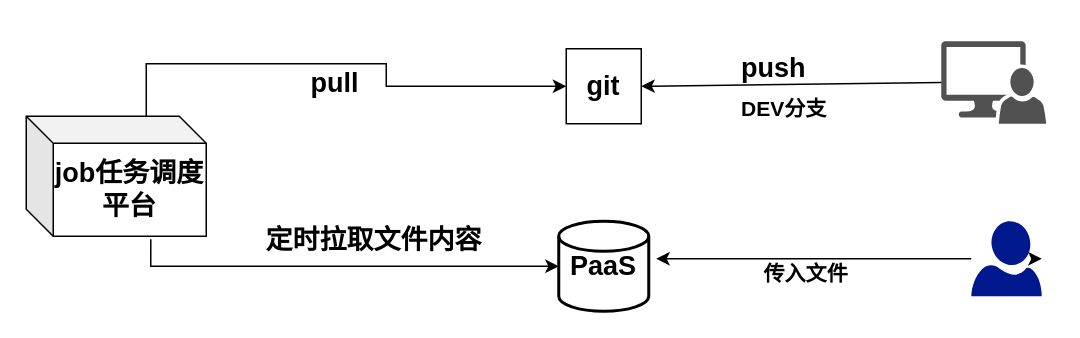
Above: Untitled Diagram.drawio in 23Evildoer/test (draw.io), before the change. Source tidied: cells renumbered, new cells numbered last; positions are measured from the earlier drawing's top-left corner, leaving out a move shared by most shapes. Both pictures are drawn from the tidied source at 150%, with x=0, y=0 at pixel (26, 26).
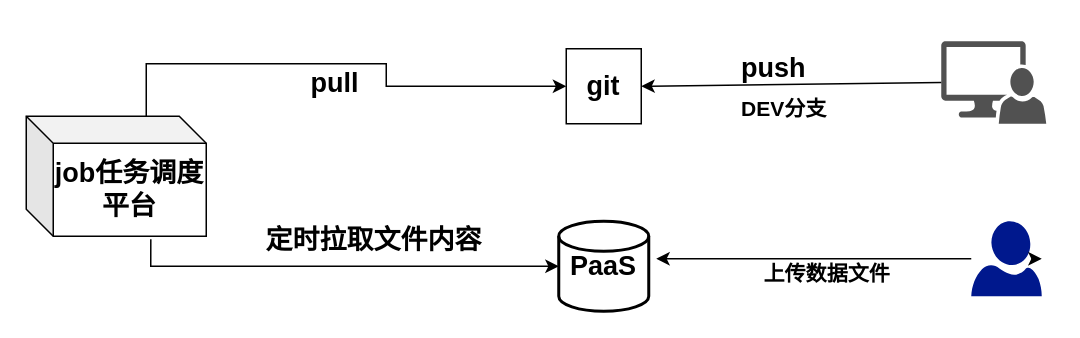
After the change.

The edit, as a diff of the source:
```diff
@@
-    <mxCell id="4" value="&lt;h3&gt;传入文件&lt;/h3&gt;" style="text;html=1;align=left;verticalAlign=top;spacingTop=-4;" parent="1" vertex="1">
-      <mxGeometry x="490" y="140" width="70" height="40" as="geometry" />
+    <mxCell id="4" value="&lt;h3&gt;上传数据文件&lt;/h3&gt;" style="text;html=1;align=left;verticalAlign=top;spacingTop=-4;" parent="1" vertex="1">
+      <mxGeometry x="490" y="140" width="100" height="40" as="geometry" />
     </mxCell>
```
